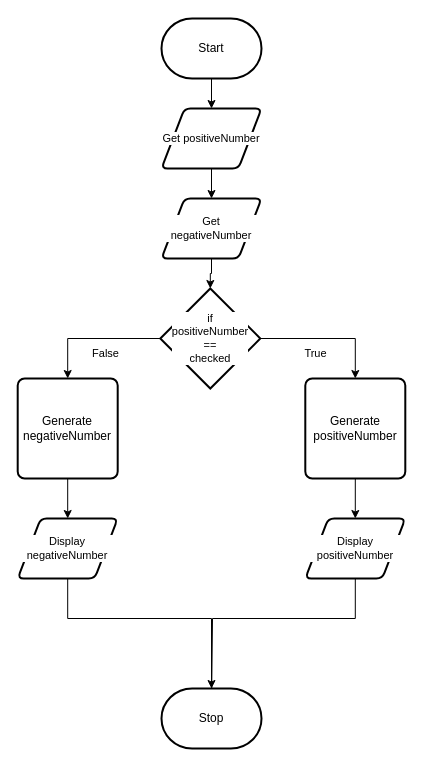
Above: design/flowchart.drawio in MTHS-ICD2O-1-2024/ICD2O-Unit-5-02-bain-liao-1 (draw.io), before the change. Source tidied: cells renumbered, new cells numbered last; positions are measured from the earlier drawing's top-left corner, leaving out a move shared by most shapes. Both pictures are drawn from the tidied source at 100%, with x=0, y=0 at pixel (17, 18).
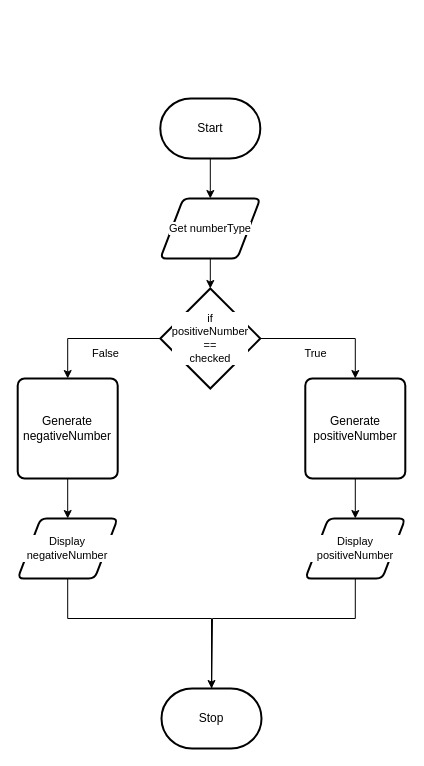
The same page after the edit.

The change refers to these unchanged cells:
```xml
<mxCell id="6" value="if&lt;div&gt;positiveNumber&lt;/div&gt;&lt;div&gt;==&lt;/div&gt;&lt;div&gt;checked&lt;/div&gt;" style="strokeWidth=2;html=1;shape=mxgraph.flowchart.decision;whiteSpace=wrap;fontFamily=Helvetica;fontSize=11;fontColor=default;labelBackgroundColor=default;" parent="1" vertex="1">
  <mxGeometry x="142.8" y="270" width="100" height="100" as="geometry" />
</mxCell>
```

What changed in the source:
```diff
@@
-    <mxCell id="2" style="edgeStyle=orthogonalEdgeStyle;shape=connector;rounded=0;html=1;exitX=0.5;exitY=1;exitDx=0;exitDy=0;exitPerimeter=0;entryX=0.5;entryY=0;entryDx=0;entryDy=0;strokeColor=default;align=center;verticalAlign=middle;fontFamily=Helvetica;fontSize=11;fontColor=default;labelBackgroundColor=default;endArrow=classic;" parent="1" edge="1" source="3" target="14">
+    <mxCell id="2" style="edgeStyle=orthogonalEdgeStyle;html=1;exitX=0.5;exitY=1;exitDx=0;exitDy=0;exitPerimeter=0;entryX=0.5;entryY=0;entryDx=0;entryDy=0;rounded=0;" parent="1" edge="1" source="3" target="14">
       <mxGeometry relative="1" as="geometry" />
     </mxCell>
     <mxCell id="3" value="Start" style="strokeWidth=2;html=1;shape=mxgraph.flowchart.terminator;whiteSpace=wrap;" parent="1" vertex="1">
-      <mxGeometry x="144" width="100" height="60" as="geometry" />
+      <mxGeometry x="142.8" y="80" width="100" height="60" as="geometry" />
     </mxCell>
@@
-    <mxCell id="13" style="edgeStyle=orthogonalEdgeStyle;shape=connector;rounded=0;html=1;exitX=0.5;exitY=1;exitDx=0;exitDy=0;entryX=0.5;entryY=0;entryDx=0;entryDy=0;strokeColor=default;align=center;verticalAlign=middle;fontFamily=Helvetica;fontSize=11;fontColor=default;labelBackgroundColor=default;endArrow=classic;" parent="1" edge="1" source="14" target="18">
-      <mxGeometry relative="1" as="geometry" />
-    </mxCell>
-    <mxCell id="14" value="Get positiveNumber" style="shape=parallelogram;html=1;strokeWidth=2;perimeter=parallelogramPerimeter;whiteSpace=wrap;rounded=1;arcSize=12;size=0.23;fontFamily=Helvetica;fontSize=11;fontColor=default;labelBackgroundColor=default;" parent="1" vertex="1">
-      <mxGeometry x="144" y="90" width="100" height="60" as="geometry" />
+    <mxCell id="14" value="Get numberType" style="shape=parallelogram;html=1;strokeWidth=2;perimeter=parallelogramPerimeter;whiteSpace=wrap;rounded=1;arcSize=12;size=0.23;fontFamily=Helvetica;fontSize=11;fontColor=default;labelBackgroundColor=default;" parent="1" vertex="1">
+      <mxGeometry x="142.8" y="180" width="100" height="60" as="geometry" />
     </mxCell>
@@
-    <mxCell id="18" value="Get negativeNumber" style="shape=parallelogram;html=1;strokeWidth=2;perimeter=parallelogramPerimeter;whiteSpace=wrap;rounded=1;arcSize=12;size=0.23;fontFamily=Helvetica;fontSize=11;fontColor=default;labelBackgroundColor=default;" parent="1" vertex="1">
-      <mxGeometry x="144" y="180" width="100" height="60" as="geometry" />
-    </mxCell>
-    <mxCell id="19" style="edgeStyle=orthogonalEdgeStyle;shape=connector;rounded=0;html=1;exitX=0.5;exitY=1;exitDx=0;exitDy=0;entryX=0.5;entryY=0;entryDx=0;entryDy=0;entryPerimeter=0;strokeColor=default;align=center;verticalAlign=middle;fontFamily=Helvetica;fontSize=11;fontColor=default;labelBackgroundColor=default;endArrow=classic;" parent="1" edge="1" source="18" target="6">
-      <mxGeometry relative="1" as="geometry" />
-    </mxCell>
@@
+    <mxCell id="22" style="edgeStyle=orthogonalEdgeStyle;html=1;exitX=0.5;exitY=1;exitDx=0;exitDy=0;entryX=0.5;entryY=0;entryDx=0;entryDy=0;entryPerimeter=0;rounded=0;" parent="1" edge="1" source="14" target="6">
+      <mxGeometry relative="1" as="geometry" />
+    </mxCell>
```
